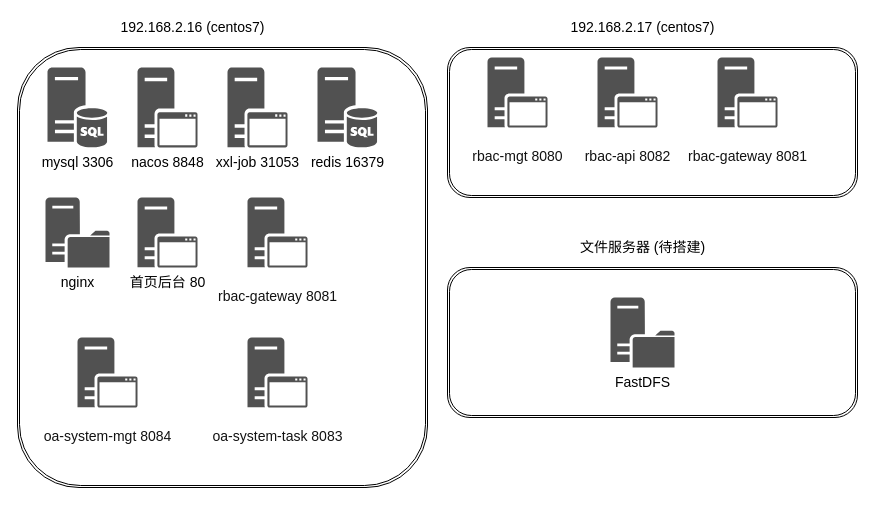
This is 服务器部署情况.drawio from a2398936046/test, a draw.io file, before an edit. Source tidied: cells renumbered, new cells numbered last; positions are measured from the earlier drawing's top-left corner, leaving out a move shared by most shapes. Both pictures are drawn from the tidied source at 100%, with x=0, y=0 at pixel (17, 17).
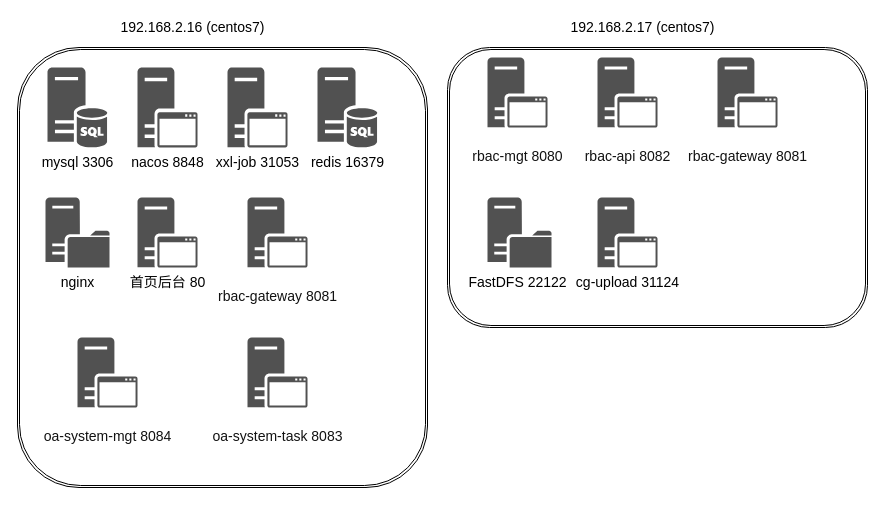
After the change.

Commit message:
更新服务器部署情况.drawio

What changed in the source:
```diff
@@
     <mxCell id="10" style="shape=ext;double=1;rounded=1;whiteSpace=wrap;html=1;" parent="1" vertex="1">
-      <mxGeometry x="430" y="30" width="410" height="150" as="geometry" />
+      <mxGeometry x="430" y="30" width="420" height="280" as="geometry" />
     </mxCell>
@@
-    <mxCell id="17" style="shape=ext;double=1;rounded=1;whiteSpace=wrap;html=1;" parent="1" vertex="1">
-      <mxGeometry x="430" y="250" width="410" height="150" as="geometry" />
-    </mxCell>
-    <mxCell id="18" value="&lt;font style=&quot;font-size: 14px;&quot;&gt;文件服务器 (待搭建)&lt;/font&gt;" style="text;html=1;align=center;verticalAlign=middle;strokeColor=none;fillColor=none;" parent="1" vertex="1">
-      <mxGeometry x="555" y="220" width="140" height="20" as="geometry" />
-    </mxCell>
-    <mxCell id="19" value="FastDFS" style="sketch=0;shadow=0;dashed=0;html=1;strokeColor=none;labelPosition=center;verticalLabelPosition=bottom;verticalAlign=top;align=center;fillColor=#515151;shape=mxgraph.mscae.system_center.distribution_point;fontSize=14;" parent="1" vertex="1">
-      <mxGeometry x="593" y="280" width="64" height="70" as="geometry" />
+    <mxCell id="19" value="FastDFS&amp;nbsp;22122&amp;nbsp;" style="sketch=0;shadow=0;dashed=0;html=1;strokeColor=none;labelPosition=center;verticalLabelPosition=bottom;verticalAlign=top;align=center;fillColor=#515151;shape=mxgraph.mscae.system_center.distribution_point;fontSize=14;" parent="1" vertex="1">
+      <mxGeometry x="470" y="180" width="64" height="70" as="geometry" />
     </mxCell>
@@
+    <mxCell id="21" value="cg-upload 31124" style="sketch=0;shadow=0;dashed=0;html=1;strokeColor=none;labelPosition=center;verticalLabelPosition=bottom;verticalAlign=top;align=center;fillColor=#515151;shape=mxgraph.mscae.system_center.secondary_site;fontSize=14;" parent="1" vertex="1">
+      <mxGeometry x="580" y="180" width="60" height="70" as="geometry" />
+    </mxCell>
```
